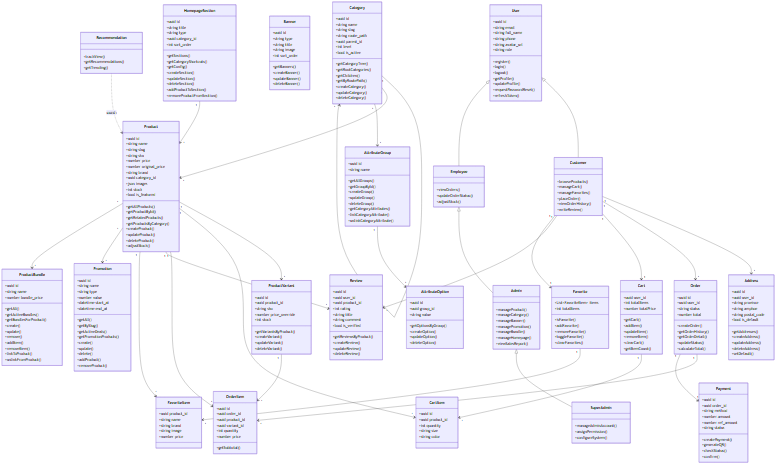
This is docs/diagrams/02-class-diagram.png from flukerzanmk5547/Project-204, a Mermaid export, as it was before one commit. Its source is kept beside it as docs/diagrams/02-class-diagram.mmd.
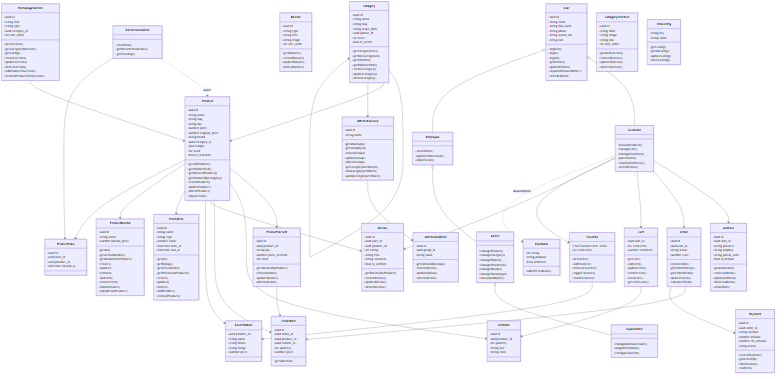
The same file after the commit.

Commit message:
docs: add Feedback use case/class and missing config classes

What changed in the source:
```diff
@@ -272,6 +272,37 @@
         +getRecommendations()
         +getTrending()
     }
+    class ProductView {
+        +uuid id
+        +uuid user_id
+        +uuid product_id
+        +datetime viewed_at
+    }
+    class CategoryShortcut {
+        +uuid id
+        +string label
+        +string image
+        +string link
+        +int sort_order
+        +getAllShortcuts()
+        +createShortcut()
+        +updateShortcut()
+        +deleteShortcut()
+    }
+    class SiteConfig {
+        +string key
+        +string value
+        +getConfig()
+        +getAllConfig()
+        +updateConfig()
+        +deleteConfig()
+    }
+    class Feedback {
+        +int rating
+        +string purpose
+        +bool achieved
+        +submitFeedback()
+    }
 
     User <|-- Customer
     User <|-- Employee
@@ -306,3 +337,6 @@
 
     HomepageSection "1" --> "*" Product
     Recommendation ..> Product : แนะนำ
+    Recommendation "1" --> "*" ProductView
+    Product "1" --> "*" ProductView
+    Customer ..> Feedback : ส่งแบบประเมิน
```
